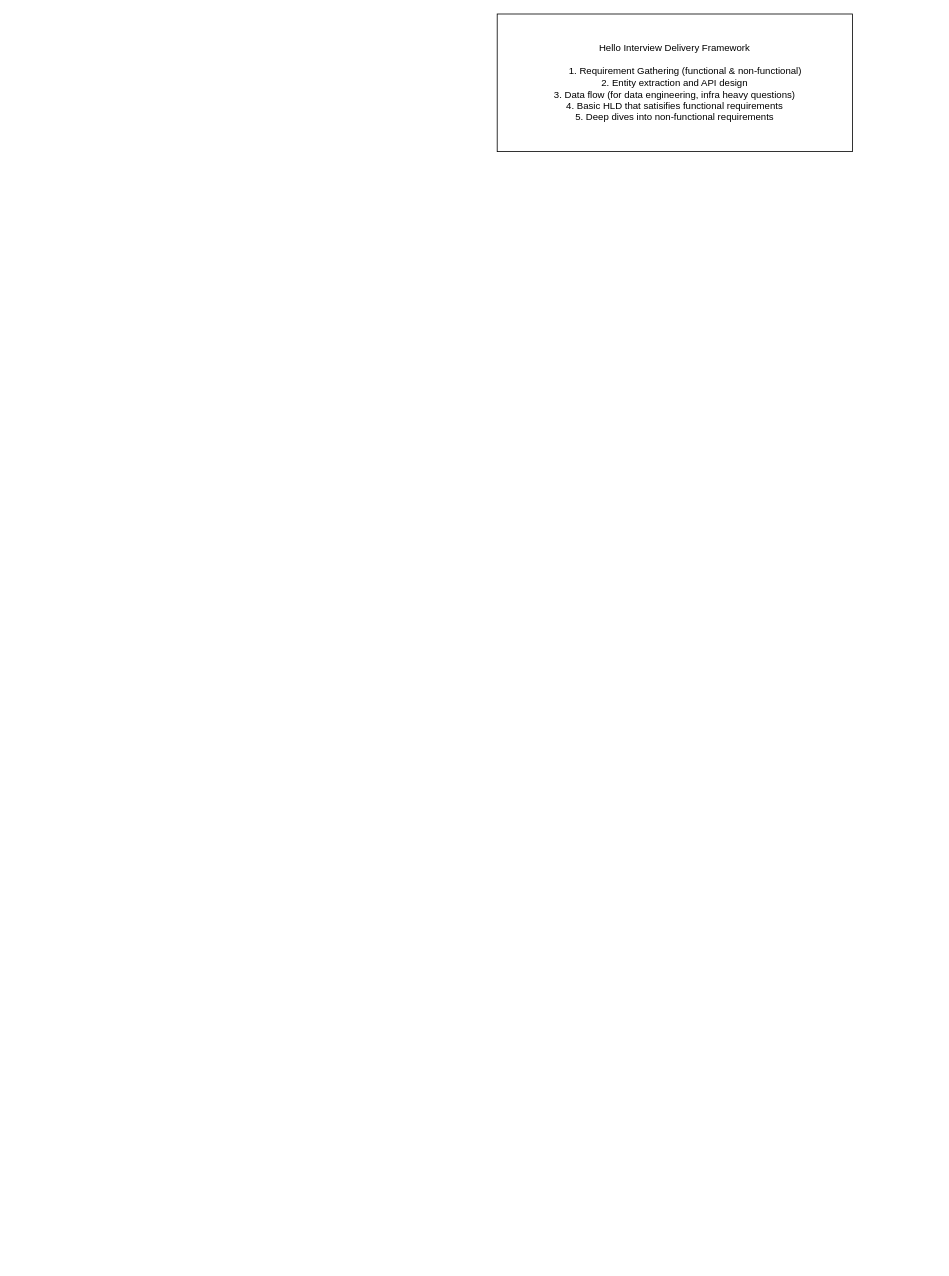
Earlier version of the draw.io diagram Yelp HLD.drawio (girikgarg8/Hello-Interview-HLD-Whiteboard-Practice). Source tidied: cells renumbered, new cells numbered last; positions are measured from the earlier drawing's top-left corner, leaving out a move shared by most shapes. Both pictures are drawn from the tidied source at 80%, with x=0, y=0 at pixel (497, 14).
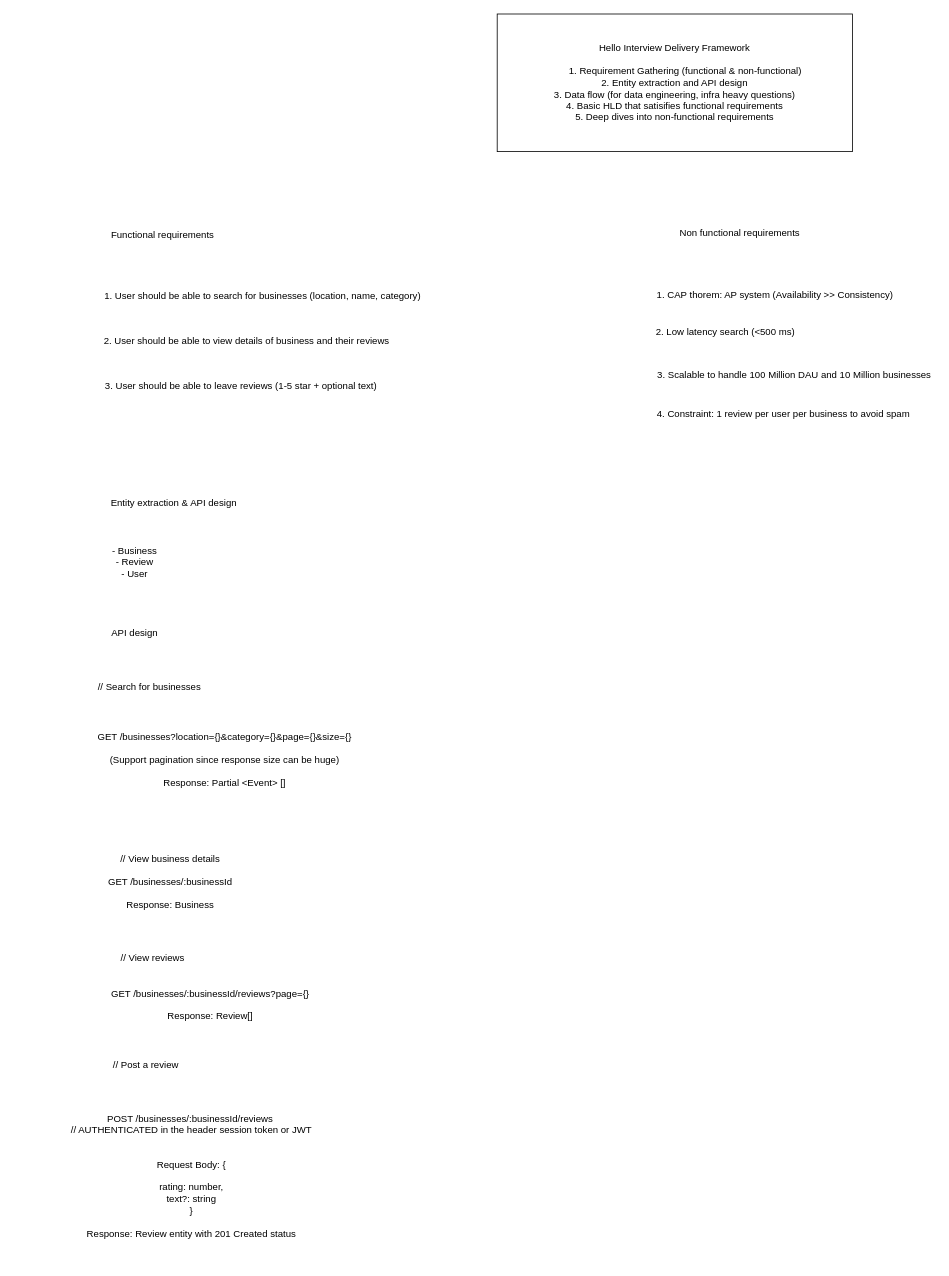
Above is the later version.

Diff of the diagram source:
```diff
@@
+    <mxCell id="3" value="Functional requirements" style="text;html=1;whiteSpace=wrap;strokeColor=none;fillColor=none;align=center;verticalAlign=middle;rounded=0;" parent="1" vertex="1">
+      <mxGeometry x="-507" y="261" width="178" height="30" as="geometry" />
+    </mxCell>
+    <mxCell id="4" value="1. User should be able to search for businesses (location, name, category)" style="text;html=1;whiteSpace=wrap;strokeColor=none;fillColor=none;align=center;verticalAlign=middle;rounded=0;" parent="1" vertex="1">
+      <mxGeometry x="-505" y="338" width="424" height="30" as="geometry" />
+    </mxCell>
+    <mxCell id="5" value="2. User should be able to view details of business and their reviews" style="text;html=1;whiteSpace=wrap;strokeColor=none;fillColor=none;align=center;verticalAlign=middle;rounded=0;" parent="1" vertex="1">
+      <mxGeometry x="-525" y="394" width="424" height="30" as="geometry" />
+    </mxCell>
+    <mxCell id="6" value="3. User should be able to leave reviews (1-5 star + optional text)" style="text;html=1;whiteSpace=wrap;strokeColor=none;fillColor=none;align=center;verticalAlign=middle;rounded=0;" parent="1" vertex="1">
+      <mxGeometry x="-532" y="450" width="424" height="30" as="geometry" />
+    </mxCell>
+    <mxCell id="7" value="Non functional requirements" style="text;html=1;whiteSpace=wrap;strokeColor=none;fillColor=none;align=center;verticalAlign=middle;rounded=0;" parent="1" vertex="1">
+      <mxGeometry x="206" y="259" width="195" height="30" as="geometry" />
+    </mxCell>
+    <mxCell id="8" value="1. CAP thorem: AP system (Availability &amp;gt;&amp;gt; Consistency)" style="text;html=1;whiteSpace=wrap;strokeColor=none;fillColor=none;align=center;verticalAlign=middle;rounded=0;" parent="1" vertex="1">
+      <mxGeometry x="171" y="336" width="353" height="30" as="geometry" />
+    </mxCell>
+    <mxCell id="9" value="2. Low latency search (&amp;lt;500 ms)" style="text;html=1;whiteSpace=wrap;strokeColor=none;fillColor=none;align=center;verticalAlign=middle;rounded=0;" parent="1" vertex="1">
+      <mxGeometry x="109" y="383" width="353" height="30" as="geometry" />
+    </mxCell>
+    <mxCell id="10" value="3. Scalable to handle 100 Million DAU and 10 Million businesses" style="text;html=1;whiteSpace=wrap;strokeColor=none;fillColor=none;align=center;verticalAlign=middle;rounded=0;" parent="1" vertex="1">
+      <mxGeometry x="195" y="436" width="353" height="30" as="geometry" />
+    </mxCell>
+    <mxCell id="11" value="4. Constraint: 1 review per user per business to avoid spam" style="text;html=1;whiteSpace=wrap;strokeColor=none;fillColor=none;align=center;verticalAlign=middle;rounded=0;" parent="1" vertex="1">
+      <mxGeometry x="171" y="485" width="374" height="30" as="geometry" />
+    </mxCell>
+    <mxCell id="12" value="Entity extraction &amp;amp; API design" style="text;html=1;whiteSpace=wrap;strokeColor=none;fillColor=none;align=center;verticalAlign=middle;rounded=0;" parent="1" vertex="1">
+      <mxGeometry x="-507" y="597" width="206" height="30" as="geometry" />
+    </mxCell>
+    <mxCell id="13" value="- Business&lt;div&gt;- Review&lt;/div&gt;&lt;div&gt;- User&lt;/div&gt;" style="text;html=1;whiteSpace=wrap;strokeColor=none;fillColor=none;align=center;verticalAlign=middle;rounded=0;" parent="1" vertex="1">
+      <mxGeometry x="-483" y="670" width="60" height="30" as="geometry" />
+    </mxCell>
+    <mxCell id="14" value="API design" style="text;html=1;whiteSpace=wrap;strokeColor=none;fillColor=none;align=center;verticalAlign=middle;rounded=0;" parent="1" vertex="1">
+      <mxGeometry x="-507" y="759" width="108" height="30" as="geometry" />
+    </mxCell>
+    <mxCell id="15" value="// Search for businesses" style="text;html=1;whiteSpace=wrap;strokeColor=none;fillColor=none;align=center;verticalAlign=middle;rounded=0;" parent="1" vertex="1">
+      <mxGeometry x="-511" y="826" width="153" height="30" as="geometry" />
+    </mxCell>
+    <mxCell id="16" value="GET /businesses?location={}&amp;amp;category={}&amp;amp;page={}&amp;amp;size={}&lt;div&gt;&lt;br&gt;&lt;/div&gt;&lt;div&gt;(Support pagination since response size can be huge)&lt;/div&gt;&lt;div&gt;&lt;br&gt;&lt;/div&gt;&lt;div&gt;Response: Partial &amp;lt;Event&amp;gt; []&lt;/div&gt;&lt;div&gt;&lt;br&gt;&lt;/div&gt;&lt;div&gt;&lt;br&gt;&lt;/div&gt;" style="text;html=1;whiteSpace=wrap;strokeColor=none;fillColor=none;align=center;verticalAlign=middle;rounded=0;" parent="1" vertex="1">
+      <mxGeometry x="-529" y="932" width="377" height="30" as="geometry" />
+    </mxCell>
+    <mxCell id="17" value="&lt;div&gt;// View business details&lt;/div&gt;&lt;div&gt;&lt;br&gt;&lt;/div&gt;GET /businesses/:businessId&lt;div&gt;&lt;br&gt;&lt;/div&gt;&lt;div&gt;Response: Business&lt;/div&gt;" style="text;html=1;whiteSpace=wrap;strokeColor=none;fillColor=none;align=center;verticalAlign=middle;rounded=0;" parent="1" vertex="1">
+      <mxGeometry x="-604" y="1070" width="391" height="30" as="geometry" />
+    </mxCell>
+    <mxCell id="18" value="// View reviews" style="text;html=1;whiteSpace=wrap;strokeColor=none;fillColor=none;align=center;verticalAlign=middle;rounded=0;" parent="1" vertex="1">
+      <mxGeometry x="-517" y="1165" width="173" height="30" as="geometry" />
+    </mxCell>
+    <mxCell id="19" value="GET /businesses/:businessId/reviews?page={}&lt;div&gt;&lt;br&gt;&lt;/div&gt;&lt;div&gt;Response: Review[]&lt;/div&gt;&lt;div&gt;&lt;br&gt;&lt;/div&gt;&lt;div&gt;&lt;br&gt;&lt;/div&gt;" style="text;html=1;whiteSpace=wrap;strokeColor=none;fillColor=none;align=center;verticalAlign=middle;rounded=0;" parent="1" vertex="1">
+      <mxGeometry x="-486" y="1238" width="255" height="30" as="geometry" />
+    </mxCell>
+    <mxCell id="20" value="// Post a review" style="text;html=1;whiteSpace=wrap;strokeColor=none;fillColor=none;align=center;verticalAlign=middle;rounded=0;" parent="1" vertex="1">
+      <mxGeometry x="-503" y="1299" width="128" height="30" as="geometry" />
+    </mxCell>
+    <mxCell id="21" value="POST /businesses/:businessId/reviews&amp;nbsp;&lt;div&gt;// AUTHENTICATED in the header session token or JWT&lt;/div&gt;&lt;div&gt;&lt;br&gt;&lt;div&gt;&lt;br&gt;&lt;/div&gt;&lt;div&gt;Request Body: {&lt;/div&gt;&lt;div&gt;&lt;br&gt;&lt;/div&gt;&lt;div&gt;rating: number,&lt;/div&gt;&lt;div&gt;text?: string&lt;/div&gt;&lt;div&gt;}&lt;/div&gt;&lt;div&gt;&lt;br&gt;&lt;/div&gt;&lt;div&gt;Response: Review entity with 201 Created status&lt;/div&gt;&lt;div&gt;&lt;br&gt;&lt;/div&gt;&lt;div&gt;&lt;br&gt;&lt;/div&gt;&lt;/div&gt;" style="text;html=1;whiteSpace=wrap;strokeColor=none;fillColor=none;align=center;verticalAlign=middle;rounded=0;" parent="1" vertex="1">
+      <mxGeometry x="-549" y="1452" width="334" height="30" as="geometry" />
+    </mxCell>
```
